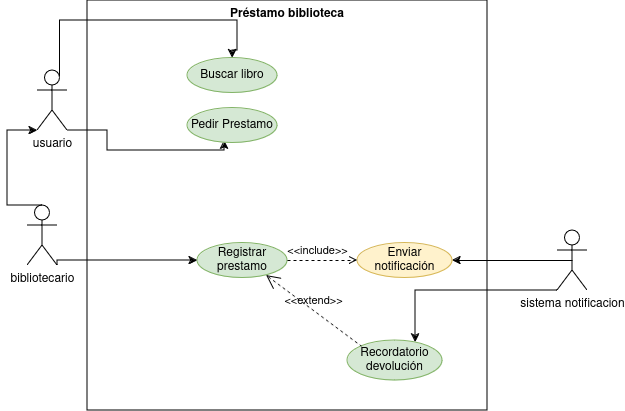
Above: caso-uso.drawio.png in Aday-ctr/prueba-repo (draw.io), before the change. Source tidied: cells renumbered, new cells last; positions are measured from the earlier drawing's top-left corner, leaving out a move shared by most shapes. Its diagram source:
```xml
<mxGraphModel>
  <root>
    <mxCell id="0" />
    <mxCell id="1" parent="0" />
    <mxCell id="2" value="Préstamo biblioteca" style="shape=rect;html=1;verticalAlign=top;fontStyle=1;whiteSpace=wrap;align=center;fillColor=none;" parent="1" vertex="1">
      <mxGeometry x="80" width="400" height="410" as="geometry" />
    </mxCell>
    <mxCell id="3" style="edgeStyle=orthogonalEdgeStyle;rounded=0;jettySize=auto;html=1;exitX=0.5;exitY=0.5;exitDx=0;exitDy=0;exitPerimeter=0;entryX=1;entryY=0.5;entryDx=0;entryDy=0;" parent="1" edge="1" source="5" target="11">
      <mxGeometry relative="1" as="geometry" />
    </mxCell>
    <mxCell id="4" style="edgeStyle=orthogonalEdgeStyle;rounded=0;jettySize=auto;html=1;exitX=0;exitY=1;exitDx=0;exitDy=0;exitPerimeter=0;" parent="1" edge="1" source="5" target="15">
      <mxGeometry relative="1" as="geometry">
        <Array as="points">
          <mxPoint x="408" y="290" />
        </Array>
      </mxGeometry>
    </mxCell>
    <mxCell id="5" value="sistema notificacion" style="shape=umlActor;html=1;verticalLabelPosition=bottom;verticalAlign=top;align=center;rounded=0;labelBackgroundColor=none;" parent="1" vertex="1">
      <mxGeometry x="550" y="230" width="30" height="60" as="geometry" />
    </mxCell>
    <mxCell id="6" style="edgeStyle=orthogonalEdgeStyle;rounded=0;jettySize=auto;html=1;exitX=1;exitY=1;exitDx=0;exitDy=0;exitPerimeter=0;entryX=0.411;entryY=0.929;entryDx=0;entryDy=0;entryPerimeter=0;" parent="1" edge="1" source="7" target="9">
      <mxGeometry relative="1" as="geometry">
        <Array as="points">
          <mxPoint x="100" y="130" />
          <mxPoint x="100" y="150" />
          <mxPoint x="217" y="150" />
        </Array>
      </mxGeometry>
    </mxCell>
    <mxCell id="7" value="&lt;div&gt;usuario&lt;/div&gt;&lt;div&gt;&lt;br&gt;&lt;/div&gt;" style="shape=umlActor;html=1;verticalLabelPosition=bottom;verticalAlign=top;align=center;rounded=0;labelBackgroundColor=none;" parent="1" vertex="1">
      <mxGeometry x="30" y="70" width="30" height="60" as="geometry" />
    </mxCell>
    <mxCell id="8" value="&lt;div&gt;Buscar libro&lt;/div&gt;" style="ellipse;whiteSpace=wrap;html=1;rounded=0;labelBackgroundColor=none;fillColor=#d5e8d4;strokeColor=#82b366;" parent="1" vertex="1">
      <mxGeometry x="180" y="57.5" width="90" height="35" as="geometry" />
    </mxCell>
    <mxCell id="9" value="&lt;div&gt;Pedir Prestamo&lt;br&gt;&lt;/div&gt;" style="ellipse;whiteSpace=wrap;html=1;rounded=0;labelBackgroundColor=none;fillColor=#d5e8d4;strokeColor=#82b366;" parent="1" vertex="1">
      <mxGeometry x="180" y="107.5" width="90" height="35" as="geometry" />
    </mxCell>
    <mxCell id="10" value="&lt;div&gt;Registrar prestamo&lt;br&gt;&lt;/div&gt;" style="ellipse;whiteSpace=wrap;html=1;rounded=0;labelBackgroundColor=none;fillColor=#d5e8d4;strokeColor=#82b366;" parent="1" vertex="1">
      <mxGeometry x="190" y="242.5" width="90" height="35" as="geometry" />
    </mxCell>
    <mxCell id="11" value="Enviar notificación" style="ellipse;whiteSpace=wrap;html=1;rounded=0;labelBackgroundColor=none;fillColor=#fff2cc;strokeColor=#d6b656;" parent="1" vertex="1">
      <mxGeometry x="350" y="242.5" width="95" height="35" as="geometry" />
    </mxCell>
    <mxCell id="12" style="edgeStyle=orthogonalEdgeStyle;rounded=0;jettySize=auto;html=1;exitX=0.5;exitY=0;exitDx=0;exitDy=0;exitPerimeter=0;" parent="1" edge="1" source="14" target="7">
      <mxGeometry relative="1" as="geometry">
        <Array as="points">
          <mxPoint y="205" />
          <mxPoint y="130" />
        </Array>
      </mxGeometry>
    </mxCell>
    <mxCell id="13" style="edgeStyle=orthogonalEdgeStyle;rounded=0;jettySize=auto;html=1;exitX=1;exitY=1;exitDx=0;exitDy=0;exitPerimeter=0;entryX=0;entryY=0.5;entryDx=0;entryDy=0;" parent="1" edge="1" source="14" target="10">
      <mxGeometry relative="1" as="geometry">
        <Array as="points">
          <mxPoint x="50" y="260" />
        </Array>
      </mxGeometry>
    </mxCell>
    <mxCell id="14" value="&lt;div&gt;bibliotecario&lt;/div&gt;&lt;div&gt;&lt;br&gt;&lt;/div&gt;" style="shape=umlActor;html=1;verticalLabelPosition=bottom;verticalAlign=top;align=center;rounded=0;labelBackgroundColor=none;" parent="1" vertex="1">
      <mxGeometry x="20" y="205" width="30" height="60" as="geometry" />
    </mxCell>
    <mxCell id="15" value="Recordatorio devolución" style="ellipse;whiteSpace=wrap;html=1;rounded=0;labelBackgroundColor=none;fillColor=#d5e8d4;strokeColor=#82b366;" parent="1" vertex="1">
      <mxGeometry x="340" y="340" width="95" height="40" as="geometry" />
    </mxCell>
    <mxCell id="16" style="edgeStyle=orthogonalEdgeStyle;rounded=0;jettySize=auto;html=1;exitX=0.75;exitY=0.1;exitDx=0;exitDy=0;exitPerimeter=0;entryX=0.5;entryY=0;entryDx=0;entryDy=0;" parent="1" edge="1" source="7" target="8">
      <mxGeometry relative="1" as="geometry">
        <Array as="points">
          <mxPoint x="53" y="20" />
          <mxPoint x="230" y="20" />
          <mxPoint x="230" y="50" />
          <mxPoint x="225" y="50" />
        </Array>
      </mxGeometry>
    </mxCell>
    <mxCell id="17" value="&amp;lt;&amp;lt;include&amp;gt;&amp;gt;" style="edgeStyle=none;html=1;endArrow=open;verticalAlign=bottom;dashed=1;labelBackgroundColor=none;rounded=0;exitX=1;exitY=0.5;exitDx=0;exitDy=0;" parent="1" edge="1" source="10">
      <mxGeometry x="-0.14" relative="1" as="geometry">
        <mxPoint x="350" y="260" as="targetPoint" />
      </mxGeometry>
    </mxCell>
    <mxCell id="18" value="&amp;lt;&amp;lt;extend&amp;gt;&amp;gt;" style="edgeStyle=none;html=1;startArrow=open;endArrow=none;startSize=12;verticalAlign=bottom;dashed=1;labelBackgroundColor=none;rounded=0;exitX=0.767;exitY=0.929;exitDx=0;exitDy=0;exitPerimeter=0;entryX=0;entryY=0;entryDx=0;entryDy=0;" parent="1" edge="1" source="10" target="15">
      <mxGeometry relative="1" as="geometry" />
    </mxCell>
  </root>
</mxGraphModel>
```
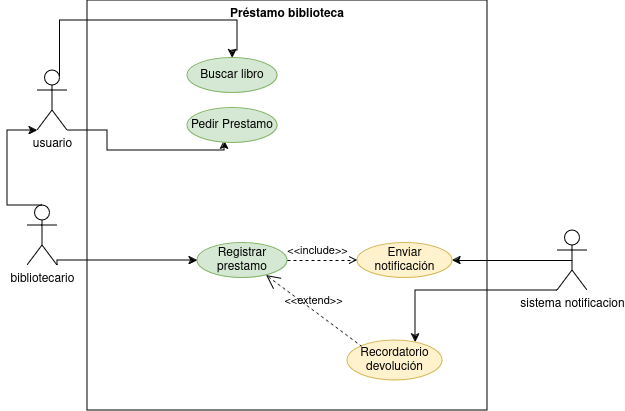
Above is the later version.

What changed in the source:
```diff
@@ -60,7 +60,7 @@
     <mxCell id="14" value="&lt;div&gt;bibliotecario&lt;/div&gt;&lt;div&gt;&lt;br&gt;&lt;/div&gt;" style="shape=umlActor;html=1;verticalLabelPosition=bottom;verticalAlign=top;align=center;rounded=0;labelBackgroundColor=none;" parent="1" vertex="1">
       <mxGeometry x="20" y="205" width="30" height="60" as="geometry" />
     </mxCell>
-    <mxCell id="15" value="Recordatorio devolución" style="ellipse;whiteSpace=wrap;html=1;rounded=0;labelBackgroundColor=none;fillColor=#d5e8d4;strokeColor=#82b366;" parent="1" vertex="1">
+    <mxCell id="15" value="Recordatorio devolución" style="ellipse;whiteSpace=wrap;html=1;rounded=0;labelBackgroundColor=none;fillColor=#fff2cc;strokeColor=#d6b656;" parent="1" vertex="1">
       <mxGeometry x="340" y="340" width="95" height="40" as="geometry" />
     </mxCell>
     <mxCell id="16" style="edgeStyle=orthogonalEdgeStyle;rounded=0;jettySize=auto;html=1;exitX=0.75;exitY=0.1;exitDx=0;exitDy=0;exitPerimeter=0;entryX=0.5;entryY=0;entryDx=0;entryDy=0;" parent="1" edge="1" source="7" target="8">
```
